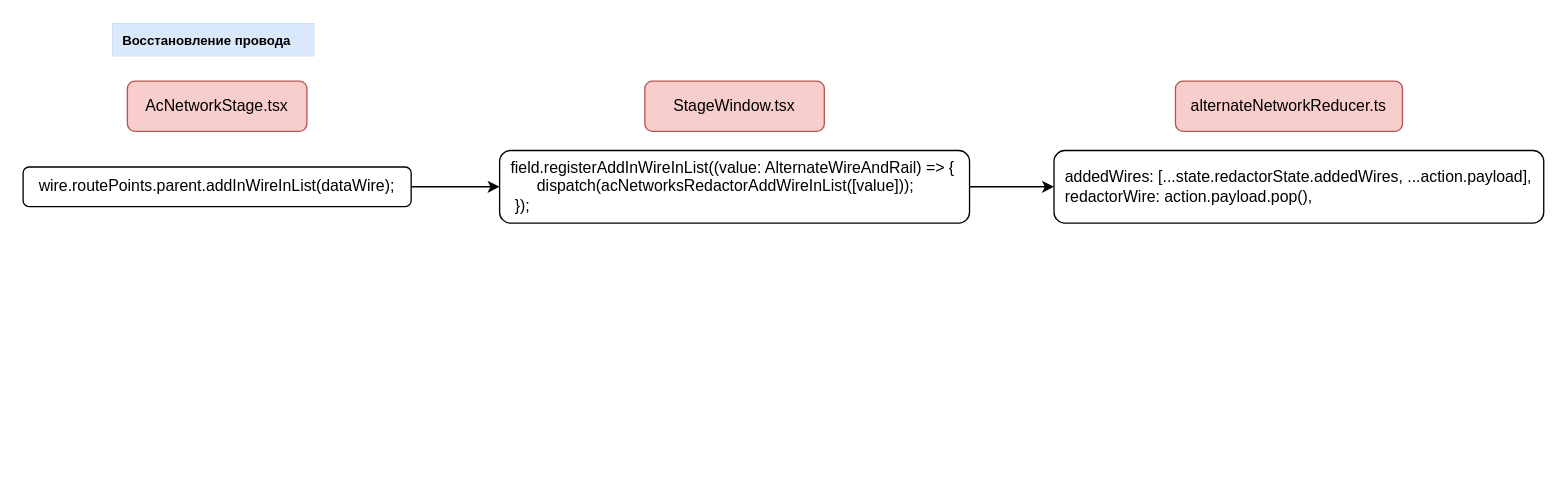
This is page "Восстановление провода" (2 of 2) of Редактор сетей.drawio from orlov-oleg-developer/asuter-UML, a draw.io file, before an edit. Source tidied: cells renumbered, new cells numbered last; positions are measured from the earlier drawing's top-left corner, leaving out a move shared by most shapes. Both pictures are drawn from the tidied source at 132%, with x=0, y=0 at pixel (22, 22).
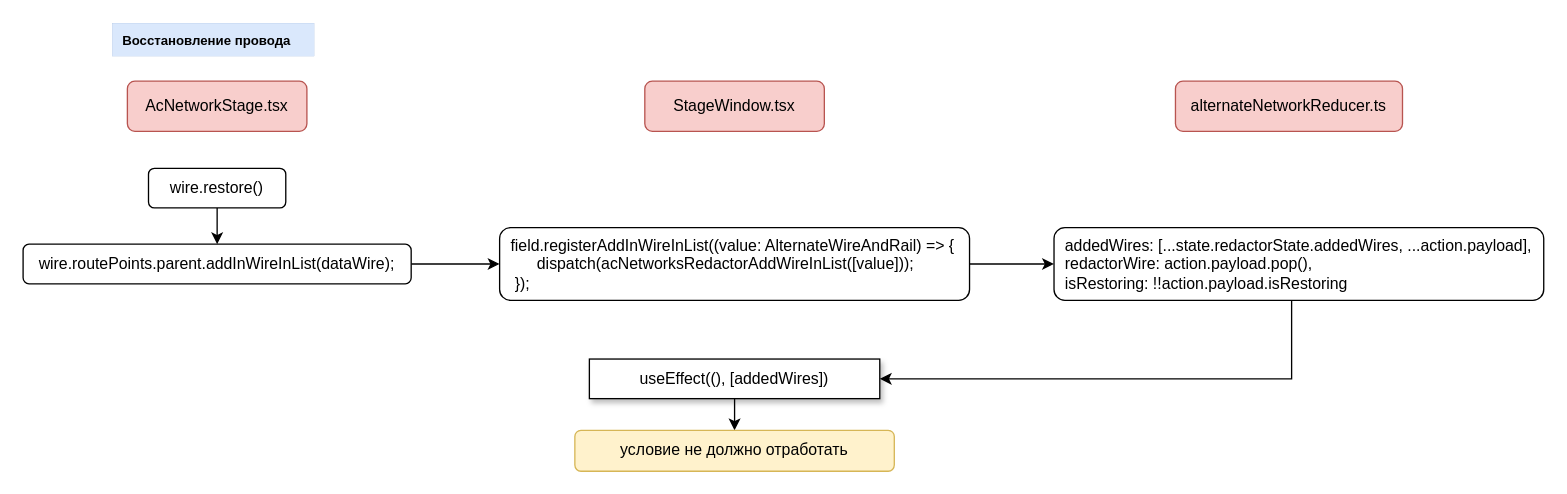
The same page after the edit.

What changed in the source:
```diff
@@
 <mxGraphModel>
   <root>
     <mxCell id="0" />
     <mxCell id="1" parent="0" />
     <mxCell id="2" value="AcNetworkStage.tsx" style="rounded=1;whiteSpace=wrap;html=1;glass=0;fillColor=#f8cecc;strokeColor=#b85450;" parent="1" vertex="1">
       <mxGeometry x="79" y="44" width="136" height="38" as="geometry" />
     </mxCell>
     <mxCell id="3" style="edgeStyle=orthogonalEdgeStyle;rounded=0;jettySize=auto;html=1;entryX=0;entryY=0.5;entryDx=0;entryDy=0;" parent="1" edge="1" source="4" target="8">
       <mxGeometry relative="1" as="geometry" />
     </mxCell>
     <mxCell id="4" value="wire.routePoints.parent.addInWireInList(dataWire);" style="rounded=1;whiteSpace=wrap;html=1;" parent="1" vertex="1">
-      <mxGeometry y="109" width="294" height="30" as="geometry" />
+      <mxGeometry y="167.5" width="294" height="30" as="geometry" />
     </mxCell>
     <mxCell id="5" value="&lt;b&gt;&amp;nbsp; Восстановление провода&lt;/b&gt;" style="text;html=1;align=left;verticalAlign=middle;strokeColor=#6c8ebf;fillColor=#dae8fc;strokeWidth=0;fontSize=10;" parent="1" vertex="1">
       <mxGeometry x="67.5" width="153" height="25" as="geometry" />
     </mxCell>
     <mxCell id="6" value="StageWindow.tsx" style="rounded=1;whiteSpace=wrap;html=1;glass=0;fillColor=#f8cecc;strokeColor=#b85450;" parent="1" vertex="1">
       <mxGeometry x="471" y="44" width="136" height="38" as="geometry" />
     </mxCell>
     <mxCell id="7" style="edgeStyle=orthogonalEdgeStyle;rounded=0;jettySize=auto;html=1;entryX=0;entryY=0.5;entryDx=0;entryDy=0;" parent="1" edge="1" source="8" target="10">
       <mxGeometry relative="1" as="geometry" />
     </mxCell>
     <mxCell id="8" value="&amp;nbsp; field.registerAddInWireInList((value: AlternateWireAndRail) =&amp;gt; { &lt;br&gt;&lt;span style=&quot;white-space: pre;&quot;&gt;&#9;&lt;/span&gt;dispatch(acNetworksRedactorAddWireInList([value]));&lt;br&gt;&amp;nbsp; &amp;nbsp;});" style="rounded=1;whiteSpace=wrap;html=1;align=left;" parent="1" vertex="1">
-      <mxGeometry x="361" y="96.5" width="356" height="55" as="geometry" />
+      <mxGeometry x="361" y="155" width="356" height="55" as="geometry" />
     </mxCell>
     <mxCell id="9" value="alternateNetworkReducer.ts" style="rounded=1;whiteSpace=wrap;html=1;glass=0;fillColor=#f8cecc;strokeColor=#b85450;" parent="1" vertex="1">
       <mxGeometry x="873" y="44" width="172" height="38" as="geometry" />
     </mxCell>
+    <mxCell id="11" style="edgeStyle=orthogonalEdgeStyle;rounded=0;jettySize=auto;html=1;entryX=1;entryY=0.5;entryDx=0;entryDy=0;" parent="1" edge="1" source="10" target="13">
+      <mxGeometry relative="1" as="geometry">
+        <Array as="points">
+          <mxPoint x="961" y="269.5" />
+        </Array>
+      </mxGeometry>
+    </mxCell>
-    <mxCell id="10" value="&amp;nbsp; addedWires: [...state.redactorState.addedWires, ...action.payload],&lt;br&gt;&amp;nbsp; redactorWire: action.payload.pop()," style="rounded=1;whiteSpace=wrap;html=1;align=left;" parent="1" vertex="1">
-      <mxGeometry x="781" y="96.5" width="371" height="55" as="geometry" />
+    <mxCell id="10" value="&amp;nbsp; addedWires: [...state.redactorState.addedWires, ...action.payload],&lt;br&gt;&amp;nbsp; redactorWire: action.payload.pop(),&lt;br&gt;&amp;nbsp; isRestoring: !!action.payload.isRestoring" style="rounded=1;whiteSpace=wrap;html=1;align=left;" parent="1" vertex="1">
+      <mxGeometry x="781" y="155" width="371" height="55" as="geometry" />
     </mxCell>
+    <mxCell id="12" style="edgeStyle=orthogonalEdgeStyle;rounded=0;jettySize=auto;html=1;entryX=0.5;entryY=0;entryDx=0;entryDy=0;" parent="1" edge="1" source="13" target="14">
+      <mxGeometry relative="1" as="geometry" />
+    </mxCell>
+    <mxCell id="13" value="useEffect((), [addedWires])" style="rounded=0;whiteSpace=wrap;html=1;glass=0;shadow=1;" parent="1" vertex="1">
+      <mxGeometry x="429" y="254.5" width="220" height="30" as="geometry" />
+    </mxCell>
+    <mxCell id="14" value="условие не должно отработать" style="rounded=1;whiteSpace=wrap;html=1;align=center;fillColor=#fff2cc;strokeColor=#d6b656;" parent="1" vertex="1">
+      <mxGeometry x="418" y="308.5" width="242" height="31" as="geometry" />
+    </mxCell>
+    <mxCell id="15" style="edgeStyle=orthogonalEdgeStyle;rounded=0;jettySize=auto;html=1;entryX=0.5;entryY=0;entryDx=0;entryDy=0;" parent="1" edge="1" source="16" target="4">
+      <mxGeometry relative="1" as="geometry" />
+    </mxCell>
+    <mxCell id="16" value="wire.restore()" style="rounded=1;whiteSpace=wrap;html=1;" parent="1" vertex="1">
+      <mxGeometry x="95" y="110" width="104" height="30" as="geometry" />
+    </mxCell>
   </root>
 </mxGraphModel>
```
